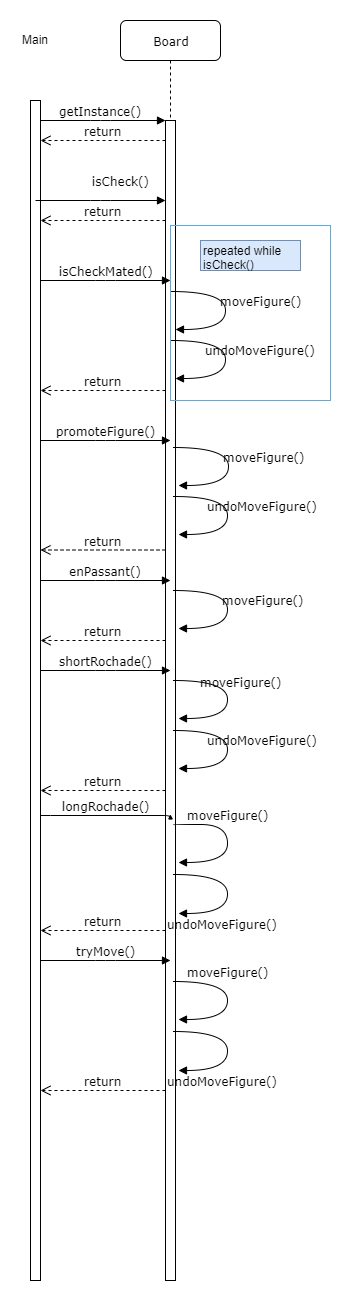
Above: Assignment3/Sequence diagram.png in zuercher8353/BINF4241-group28 (draw.io), before the change. Source tidied: cells renumbered, new cells last; positions are measured from the earlier drawing's top-left corner, leaving out a move shared by most shapes.
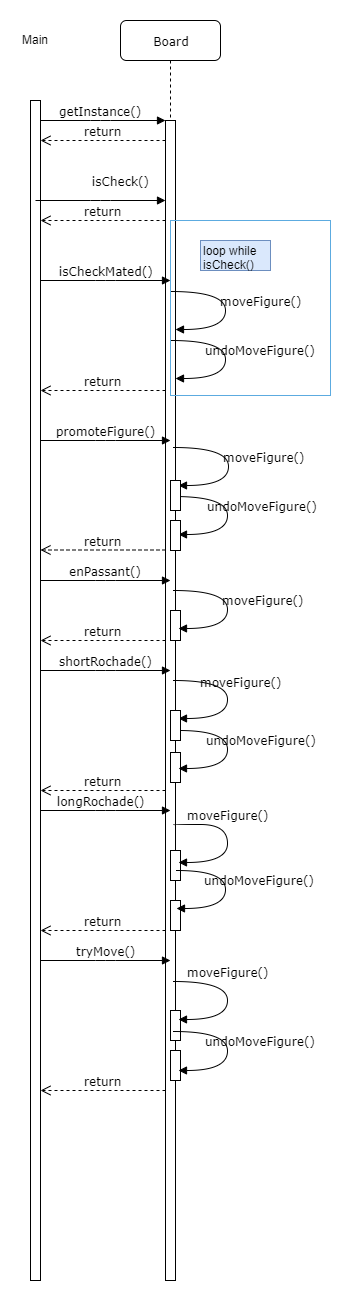
Later version of the same file.

Commit message:
small change in sequence diagram

What changed in the source:
```diff
@@ -8,6 +8,21 @@
     <mxCell id="3" style="html=1;points=[];perimeter=orthogonalPerimeter;rounded=0;shadow=0;comic=0;labelBackgroundColor=none;strokeColor=#000000;strokeWidth=1;fillColor=#FFFFFF;fontFamily=Verdana;fontSize=12;fontColor=#000000;align=center;" parent="2" vertex="1">
       <mxGeometry x="45" y="100" width="10" height="1160" as="geometry" />
     </mxCell>
+    <mxCell id="35" style="html=1;perimeter=orthogonalPerimeter;rounded=0;shadow=0;comic=0;labelBackgroundColor=none;strokeColor=#000000;strokeWidth=1;fillColor=#FFFFFF;fontFamily=Verdana;fontSize=12;fontColor=#000000;align=center;" parent="2" vertex="1">
+      <mxGeometry x="50" y="590" width="10" height="30" as="geometry" />
+    </mxCell>
+    <mxCell id="36" style="html=1;perimeter=orthogonalPerimeter;rounded=0;shadow=0;comic=0;labelBackgroundColor=none;strokeColor=#000000;strokeWidth=1;fillColor=#FFFFFF;fontFamily=Verdana;fontSize=12;fontColor=#000000;align=center;" parent="2" vertex="1">
+      <mxGeometry x="50" y="732" width="10" height="30" as="geometry" />
+    </mxCell>
+    <mxCell id="37" style="html=1;perimeter=orthogonalPerimeter;rounded=0;shadow=0;comic=0;labelBackgroundColor=none;strokeColor=#000000;strokeWidth=1;fillColor=#FFFFFF;fontFamily=Verdana;fontSize=12;fontColor=#000000;align=center;" parent="2" vertex="1">
+      <mxGeometry x="50" y="830" width="10" height="30" as="geometry" />
+    </mxCell>
+    <mxCell id="38" style="html=1;perimeter=orthogonalPerimeter;rounded=0;shadow=0;comic=0;labelBackgroundColor=none;strokeColor=#000000;strokeWidth=1;fillColor=#FFFFFF;fontFamily=Verdana;fontSize=12;fontColor=#000000;align=center;" parent="2" vertex="1">
+      <mxGeometry x="50" y="990" width="10" height="30" as="geometry" />
+    </mxCell>
+    <mxCell id="39" style="html=1;perimeter=orthogonalPerimeter;rounded=0;shadow=0;comic=0;labelBackgroundColor=none;strokeColor=#000000;strokeWidth=1;fillColor=#FFFFFF;fontFamily=Verdana;fontSize=12;fontColor=#000000;align=center;" parent="2" vertex="1">
+      <mxGeometry x="50" y="1030" width="10" height="30" as="geometry" />
+    </mxCell>
     <mxCell id="4" value="getInstance()" style="html=1;verticalAlign=bottom;endArrow=block;entryX=0;entryY=0;labelBackgroundColor=none;fontFamily=Verdana;fontSize=12;edgeStyle=elbowEdgeStyle;elbow=vertical;" parent="1" edge="1" target="3">
       <mxGeometry relative="1" as="geometry">
         <mxPoint x="15" y="100" as="sourcePoint" />
@@ -72,8 +87,8 @@
         <mxPoint x="35" y="21" as="offset" />
       </mxGeometry>
     </mxCell>
-    <mxCell id="13" value="repeated while&amp;nbsp;&lt;br&gt;isCheck()" style="text;html=1;align=left;verticalAlign=top;spacingTop=-4;fillColor=#dae8fc;strokeColor=#6c8ebf;" parent="1" vertex="1">
-      <mxGeometry x="180" y="220" width="100" height="30" as="geometry" />
+    <mxCell id="13" value="loop while&amp;nbsp;&lt;br&gt;isCheck()" style="text;html=1;align=left;verticalAlign=top;spacingTop=-4;fillColor=#dae8fc;strokeColor=#6c8ebf;" parent="1" vertex="1">
+      <mxGeometry x="180" y="220" width="70" height="30" as="geometry" />
     </mxCell>
     <mxCell id="14" value="undoMoveFigure()" style="html=1;verticalAlign=bottom;endArrow=block;labelBackgroundColor=none;fontFamily=Verdana;fontSize=12;elbow=vertical;edgeStyle=orthogonalEdgeStyle;curved=1;entryX=1;entryY=0.286;entryPerimeter=0;exitX=1.038;exitY=0.345;exitPerimeter=0;" parent="1" edge="1">
       <mxGeometry x="0.3" y="-40" relative="1" as="geometry">
@@ -167,9 +182,9 @@
         </Array>
       </mxGeometry>
     </mxCell>
-    <mxCell id="24" value="undoMoveFigure()" style="html=1;verticalAlign=bottom;endArrow=block;labelBackgroundColor=none;fontFamily=Verdana;fontSize=12;elbow=vertical;edgeStyle=orthogonalEdgeStyle;curved=1;entryX=1;entryY=0.286;entryPerimeter=0;exitX=1.038;exitY=0.345;exitPerimeter=0;" parent="1" edge="1">
+    <mxCell id="24" value="undoMoveFigure()" style="html=1;verticalAlign=bottom;endArrow=block;labelBackgroundColor=none;fontFamily=Verdana;fontSize=12;elbow=vertical;edgeStyle=orthogonalEdgeStyle;curved=1;entryX=1;entryY=0.286;entryPerimeter=0;" parent="1" edge="1">
       <mxGeometry x="0.3" y="-40" relative="1" as="geometry">
-        <mxPoint x="153" y="710" as="sourcePoint" />
+        <mxPoint x="158" y="710" as="sourcePoint" />
         <mxPoint x="158" y="748" as="targetPoint" />
         <Array as="points">
           <mxPoint x="207" y="709.5" />
@@ -178,12 +193,6 @@
         <mxPoint x="35" y="21" as="offset" />
       </mxGeometry>
     </mxCell>
-    <mxCell id="25" value="longRochade()" style="html=1;verticalAlign=bottom;endArrow=block;labelBackgroundColor=none;fontFamily=Verdana;fontSize=12;edgeStyle=elbowEdgeStyle;elbow=vertical;" parent="1" edge="1">
-      <mxGeometry relative="1" as="geometry">
-        <mxPoint x="20" y="794.5" as="sourcePoint" />
-        <mxPoint x="150" y="794.5" as="targetPoint" />
-      </mxGeometry>
-    </mxCell>
     <mxCell id="26" value="moveFigure()" style="html=1;verticalAlign=bottom;endArrow=block;labelBackgroundColor=none;fontFamily=Verdana;fontSize=12;elbow=vertical;edgeStyle=orthogonalEdgeStyle;curved=1;entryX=1;entryY=0.286;entryPerimeter=0;exitX=1.038;exitY=0.345;exitPerimeter=0;" parent="1" edge="1">
       <mxGeometry x="-0.23" relative="1" as="geometry">
         <mxPoint x="152.9" y="804.7" as="sourcePoint" />
@@ -194,17 +203,6 @@
         </Array>
       </mxGeometry>
     </mxCell>
-    <mxCell id="27" value="undoMoveFigure()" style="html=1;verticalAlign=bottom;endArrow=block;labelBackgroundColor=none;fontFamily=Verdana;fontSize=12;elbow=vertical;edgeStyle=orthogonalEdgeStyle;curved=1;entryX=1;entryY=0.286;entryPerimeter=0;exitX=1.038;exitY=0.345;exitPerimeter=0;" parent="1" edge="1">
-      <mxGeometry x="0.3" y="-40" relative="1" as="geometry">
-        <mxPoint x="152.9" y="854.1" as="sourcePoint" />
-        <mxPoint x="157.6" y="892.9" as="targetPoint" />
-        <Array as="points">
-          <mxPoint x="207" y="854" />
-          <mxPoint x="207" y="892" />
-        </Array>
-        <mxPoint x="35" y="21" as="offset" />
-      </mxGeometry>
-    </mxCell>
     <mxCell id="28" value="return" style="html=1;verticalAlign=bottom;endArrow=open;dashed=1;endSize=8;labelBackgroundColor=none;fontFamily=Verdana;fontSize=12;edgeStyle=elbowEdgeStyle;elbow=vertical;" parent="1" edge="1">
       <mxGeometry relative="1" as="geometry">
         <mxPoint x="145" y="770" as="sourcePoint" />
@@ -242,14 +240,14 @@
       </mxGeometry>
     </mxCell>
     <mxCell id="32" value="undoMoveFigure()" style="html=1;verticalAlign=bottom;endArrow=block;labelBackgroundColor=none;fontFamily=Verdana;fontSize=12;elbow=vertical;edgeStyle=orthogonalEdgeStyle;curved=1;entryX=1;entryY=0.286;entryPerimeter=0;exitX=1.038;exitY=0.345;exitPerimeter=0;" parent="1" edge="1">
-      <mxGeometry x="0.3" y="-40" relative="1" as="geometry">
+      <mxGeometry x="-0.24" y="-38" relative="1" as="geometry">
         <mxPoint x="152.9" y="1010.8" as="sourcePoint" />
         <mxPoint x="157.6" y="1049.6" as="targetPoint" />
         <Array as="points">
           <mxPoint x="207" y="1010.5" />
           <mxPoint x="207" y="1048.5" />
         </Array>
-        <mxPoint x="35" y="21" as="offset" />
+        <mxPoint x="71" y="19" as="offset" />
       </mxGeometry>
     </mxCell>
     <mxCell id="33" value="return" style="html=1;verticalAlign=bottom;endArrow=open;dashed=1;endSize=8;labelBackgroundColor=none;fontFamily=Verdana;fontSize=12;edgeStyle=elbowEdgeStyle;elbow=vertical;" parent="1" edge="1">
@@ -263,7 +261,37 @@
       </mxGeometry>
     </mxCell>
     <mxCell id="34" style="rounded=0;whiteSpace=wrap;html=1;fillColor=none;strokeColor=#5CABE0;" parent="1" vertex="1">
-      <mxGeometry x="150" y="205" width="160" height="175" as="geometry" />
+      <mxGeometry x="150" y="200" width="160" height="175" as="geometry" />
     </mxCell>
+    <mxCell id="40" style="html=1;perimeter=orthogonalPerimeter;rounded=0;shadow=0;comic=0;labelBackgroundColor=none;strokeColor=#000000;strokeWidth=1;fillColor=#FFFFFF;fontFamily=Verdana;fontSize=12;fontColor=#000000;align=center;" parent="1" vertex="1">
+      <mxGeometry x="150" y="460" width="10" height="30" as="geometry" />
+    </mxCell>
+    <mxCell id="41" style="html=1;perimeter=orthogonalPerimeter;rounded=0;shadow=0;comic=0;labelBackgroundColor=none;strokeColor=#000000;strokeWidth=1;fillColor=#FFFFFF;fontFamily=Verdana;fontSize=12;fontColor=#000000;align=center;" parent="1" vertex="1">
+      <mxGeometry x="150" y="500" width="10" height="30" as="geometry" />
+    </mxCell>
+    <mxCell id="42" style="html=1;perimeter=orthogonalPerimeter;rounded=0;shadow=0;comic=0;labelBackgroundColor=none;strokeColor=#000000;strokeWidth=1;fillColor=#FFFFFF;fontFamily=Verdana;fontSize=12;fontColor=#000000;align=center;" parent="1" vertex="1">
+      <mxGeometry x="150" y="690" width="10" height="30" as="geometry" />
+    </mxCell>
+    <mxCell id="43" style="html=1;perimeter=orthogonalPerimeter;rounded=0;shadow=0;comic=0;labelBackgroundColor=none;strokeColor=#000000;strokeWidth=1;fillColor=#FFFFFF;fontFamily=Verdana;fontSize=12;fontColor=#000000;align=center;" parent="1" vertex="1">
+      <mxGeometry x="150" y="880" width="10" height="30" as="geometry" />
+    </mxCell>
+    <mxCell id="27" value="undoMoveFigure()" style="html=1;verticalAlign=bottom;endArrow=block;labelBackgroundColor=none;fontFamily=Verdana;fontSize=12;elbow=vertical;edgeStyle=orthogonalEdgeStyle;curved=1;entryX=1;entryY=0.286;entryPerimeter=0;" parent="1" edge="1">
+      <mxGeometry x="0.3" y="-40" relative="1" as="geometry">
+        <mxPoint x="155.5" y="850" as="sourcePoint" />
+        <mxPoint x="155.5" y="888" as="targetPoint" />
+        <Array as="points">
+          <mxPoint x="204.5" y="849.5" />
+          <mxPoint x="204.5" y="887.5" />
+        </Array>
+        <mxPoint x="35" y="21" as="offset" />
+      </mxGeometry>
+    </mxCell>
+    <mxCell id="25" value="longRochade()" style="html=1;verticalAlign=bottom;endArrow=block;labelBackgroundColor=none;fontFamily=Verdana;fontSize=12;edgeStyle=elbowEdgeStyle;elbow=vertical;" parent="1" edge="1">
+      <mxGeometry y="-5" relative="1" as="geometry">
+        <mxPoint x="20" y="790" as="sourcePoint" />
+        <mxPoint x="150" y="790" as="targetPoint" />
+        <mxPoint x="-5" y="-5" as="offset" />
+      </mxGeometry>
+    </mxCell>
   </root>
 </mxGraphModel>
```
